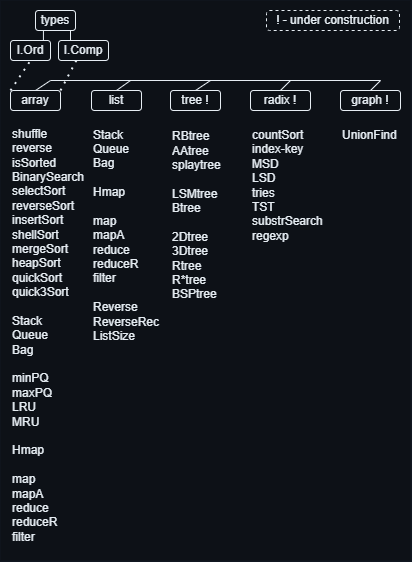
This is pics/algos.png from kselnaag/algos, a draw.io export, as it was before one commit. Source tidied: cells renumbered, new cells last; positions are measured from the earlier drawing's top-left corner, leaving out a move shared by most shapes.
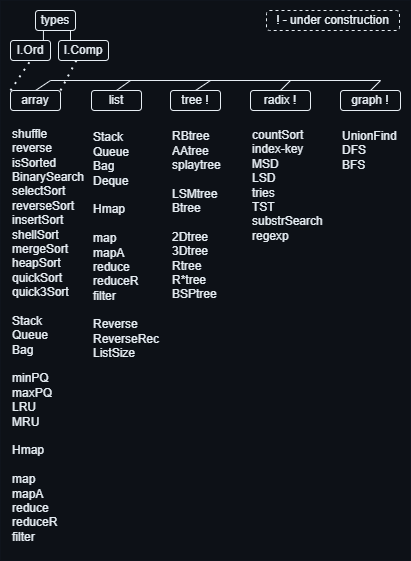
The same diagram one commit later.

Change to the diagram source:
```diff
@@ -23,8 +23,8 @@
     <mxCell id="8" value="&lt;font color=&quot;#e6edf3&quot;&gt;shuffle&lt;br&gt;reverse&lt;br&gt;isSorted&lt;br&gt;BinarySearch&lt;br&gt;selectSort&lt;br&gt;reverseSort&lt;br&gt;insertSort&lt;br&gt;shellSort&lt;br&gt;mergeSort&lt;br&gt;heapSort&lt;br&gt;quickSort&lt;br&gt;quick3Sort&lt;br&gt;&lt;br&gt;Stack&lt;br&gt;Queue&lt;br&gt;Bag&lt;br&gt;&lt;br&gt;minPQ&lt;br&gt;maxPQ&lt;br&gt;LRU&lt;br&gt;MRU&lt;br&gt;&lt;br&gt;Hmap&lt;br&gt;&lt;br&gt;map&lt;br&gt;mapA&lt;br&gt;reduce&lt;br&gt;reduceR&lt;br&gt;filter&lt;/font&gt;" style="text;html=1;strokeColor=none;fillColor=none;align=left;verticalAlign=middle;whiteSpace=wrap;rounded=0;fontColor=#000000;" parent="1" vertex="1">
       <mxGeometry x="10" y="130" width="80" height="410" as="geometry" />
     </mxCell>
-    <mxCell id="9" value="&lt;font color=&quot;#e6edf3&quot;&gt;Stack&lt;br&gt;Queue&lt;br&gt;Bag&lt;br&gt;&lt;br&gt;Hmap&lt;br&gt;&lt;br&gt;map&lt;br&gt;mapA&lt;br&gt;reduce&lt;br&gt;reduceR&lt;br&gt;filter&lt;br&gt;&lt;br&gt;Reverse&lt;br&gt;ReverseRec&lt;br&gt;ListSize&lt;br&gt;&lt;/font&gt;" style="text;html=1;strokeColor=none;fillColor=none;align=left;verticalAlign=middle;whiteSpace=wrap;rounded=0;fontColor=#000000;" parent="1" vertex="1">
-      <mxGeometry x="91" y="130" width="69" height="210" as="geometry" />
+    <mxCell id="9" value="&lt;font color=&quot;#e6edf3&quot;&gt;Stack&lt;br&gt;Queue&lt;br&gt;Bag&lt;br&gt;Deque&lt;br&gt;&lt;br&gt;Hmap&lt;br&gt;&lt;br&gt;map&lt;br&gt;mapA&lt;br&gt;reduce&lt;br&gt;reduceR&lt;br&gt;filter&lt;br&gt;&lt;br&gt;Reverse&lt;br&gt;ReverseRec&lt;br&gt;ListSize&lt;br&gt;&lt;/font&gt;" style="text;html=1;strokeColor=none;fillColor=none;align=left;verticalAlign=middle;whiteSpace=wrap;rounded=0;fontColor=#000000;" parent="1" vertex="1">
+      <mxGeometry x="91" y="130" width="69" height="230" as="geometry" />
     </mxCell>
     <mxCell id="10" value="&lt;font color=&quot;#e6edf3&quot;&gt;countSort&lt;br&gt;index-key&lt;br&gt;MSD&lt;br&gt;LSD&lt;br&gt;tries&lt;br&gt;TST&lt;br&gt;substrSearch&lt;br&gt;regexp&lt;/font&gt;" style="text;html=1;strokeColor=none;fillColor=none;align=left;verticalAlign=middle;whiteSpace=wrap;rounded=0;fontColor=#000000;" parent="1" vertex="1">
       <mxGeometry x="250" y="130" width="80" height="110" as="geometry" />
@@ -93,8 +93,8 @@
         <mxPoint x="380.1" y="80" as="targetPoint" />
       </mxGeometry>
     </mxCell>
-    <mxCell id="25" value="&lt;font color=&quot;#e6edf3&quot;&gt;UnionFind&lt;/font&gt;" style="text;html=1;strokeColor=none;fillColor=none;align=left;verticalAlign=middle;whiteSpace=wrap;rounded=0;" parent="1" vertex="1">
-      <mxGeometry x="340" y="130" width="60" height="10" as="geometry" />
+    <mxCell id="25" value="&lt;font color=&quot;#e6edf3&quot;&gt;UnionFind&lt;br&gt;DFS&lt;br&gt;BFS&lt;br&gt;&lt;/font&gt;" style="text;html=1;strokeColor=none;fillColor=none;align=left;verticalAlign=middle;whiteSpace=wrap;rounded=0;" parent="1" vertex="1">
+      <mxGeometry x="340" y="130" width="60" height="40" as="geometry" />
     </mxCell>
     <mxCell id="26" value="&lt;font color=&quot;#e6edf3&quot;&gt;! - under construction&lt;/font&gt;" style="rounded=1;whiteSpace=wrap;html=1;fillColor=none;strokeColor=#e6edf3;fontColor=#000000;dashed=1;" parent="1" vertex="1">
       <mxGeometry x="266" y="10" width="133" height="20" as="geometry" />
```
